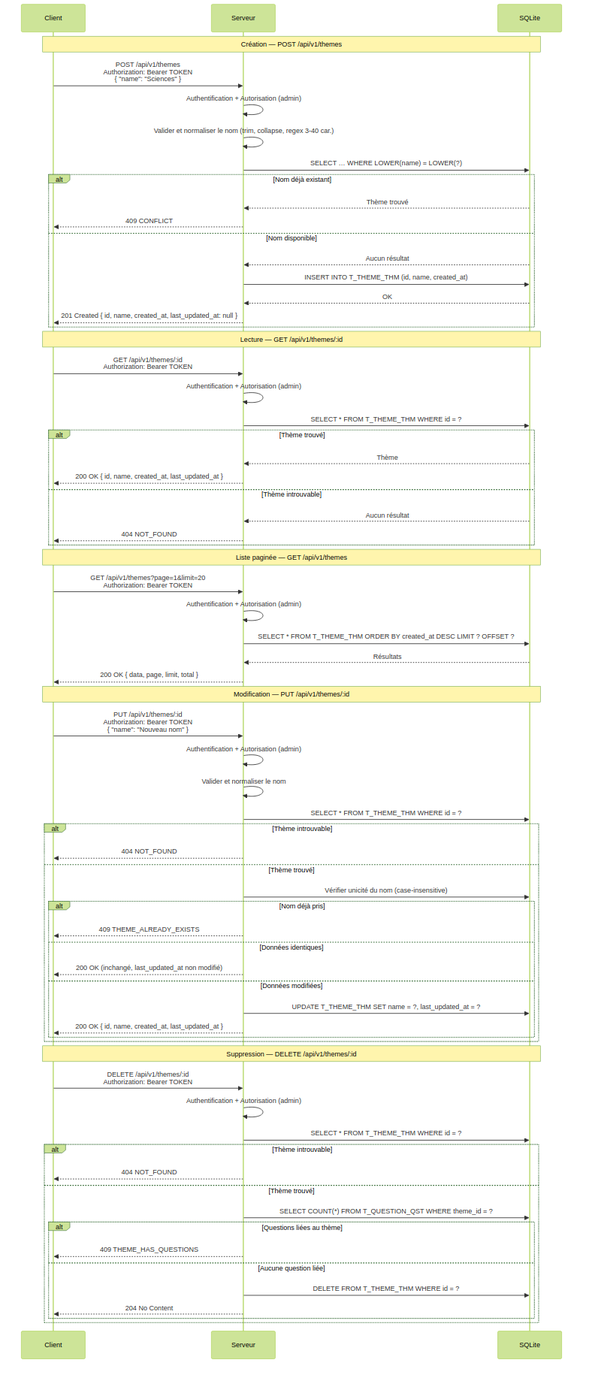
Before: docs/specs/diagrams/US-004-themes-crud-sequence.png, a diagram exported from Mermaid (ODehel/quiz-live-server). Its source is kept beside it as docs/specs/diagrams/US-004-themes-crud-sequence.mmd.
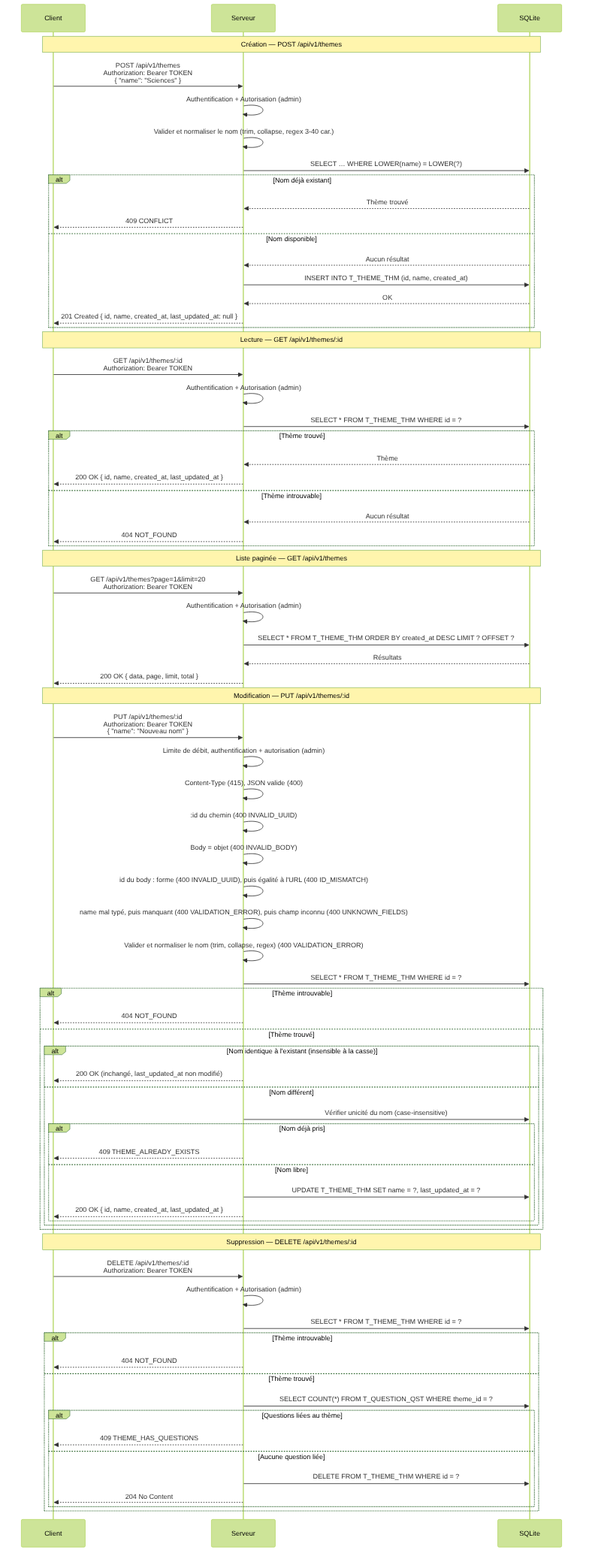
Later version of the same file.

Commit message:
docs(specs): settle the order of the checks of the theme update (#248)

What changed in the source:
```diff
@@ -40,20 +40,27 @@
 
     Note over C,DB: Modification — PUT /api/v1/themes/:id
     C->>S: PUT /api/v1/themes/:id<br/>Authorization: Bearer TOKEN<br/>{ "name": "Nouveau nom" }
-    S->>S: Authentification + Autorisation (admin)
-    S->>S: Valider et normaliser le nom
+    S->>S: Limite de débit, authentification + autorisation (admin)
+    S->>S: Content-Type (415), JSON valide (400)
+    S->>S: :id du chemin (400 INVALID_UUID)
+    S->>S: Body = objet (400 INVALID_BODY)
+    S->>S: id du body : forme (400 INVALID_UUID), puis égalité à l'URL (400 ID_MISMATCH)
+    S->>S: name mal typé, puis manquant (400 VALIDATION_ERROR), puis champ inconnu (400 UNKNOWN_FIELDS)
+    S->>S: Valider et normaliser le nom (trim, collapse, regex) (400 VALIDATION_ERROR)
     S->>DB: SELECT * FROM T_THEME_THM WHERE id = ?
     alt Thème introuvable
         S-->>C: 404 NOT_FOUND
     else Thème trouvé
-        S->>DB: Vérifier unicité du nom (case-insensitive)
-        alt Nom déjà pris
-            S-->>C: 409 THEME_ALREADY_EXISTS
-        else Données identiques
+        alt Nom identique à l'existant (insensible à la casse)
             S-->>C: 200 OK (inchangé, last_updated_at non modifié)
-        else Données modifiées
-            S->>DB: UPDATE T_THEME_THM SET name = ?, last_updated_at = ?
-            S-->>C: 200 OK { id, name, created_at, last_updated_at }
+        else Nom différent
+            S->>DB: Vérifier unicité du nom (case-insensitive)
+            alt Nom déjà pris
+                S-->>C: 409 THEME_ALREADY_EXISTS
+            else Nom libre
+                S->>DB: UPDATE T_THEME_THM SET name = ?, last_updated_at = ?
+                S-->>C: 200 OK { id, name, created_at, last_updated_at }
+            end
         end
     end
 
```
